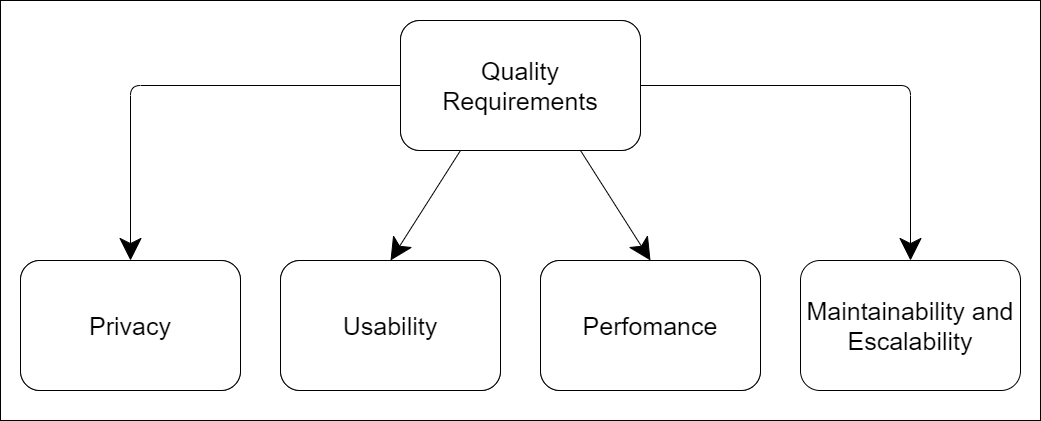
Before: docs/images/10_quality_tree.drawio.png, a diagram exported from draw.io (Arquisoft/wiq_es05b). Source tidied: cells renumbered, new cells last; positions are measured from the earlier drawing's top-left corner, leaving out a move shared by most shapes. Its diagram source:
```xml
<mxGraphModel>
  <root>
    <mxCell id="0" />
    <mxCell id="1" parent="0" />
    <mxCell id="2" style="rounded=0;whiteSpace=wrap;html=1;" parent="1" vertex="1">
      <mxGeometry width="1040" height="420" as="geometry" />
    </mxCell>
    <mxCell id="3" style="edgeStyle=none;hachureGap=4;html=1;exitX=0;exitY=0.5;exitDx=0;exitDy=0;entryX=0.5;entryY=0;entryDx=0;entryDy=0;fontFamily=Architects Daughter;fontSource=https%3A%2F%2Ffonts.googleapis.com%2Fcss%3Ffamily%3DArchitects%2BDaughter;fontSize=16;rounded=1;strokeWidth=1;endArrow=classic;endFill=1;endSize=20;" parent="1" edge="1" source="7" target="8">
      <mxGeometry relative="1" as="geometry">
        <Array as="points">
          <mxPoint x="130" y="85" />
        </Array>
      </mxGeometry>
    </mxCell>
    <mxCell id="4" style="edgeStyle=none;rounded=1;hachureGap=4;html=1;exitX=0.25;exitY=1;exitDx=0;exitDy=0;entryX=0.5;entryY=0;entryDx=0;entryDy=0;strokeWidth=1;fontFamily=Architects Daughter;fontSource=https%3A%2F%2Ffonts.googleapis.com%2Fcss%3Ffamily%3DArchitects%2BDaughter;fontSize=16;endArrow=classic;endFill=1;endSize=20;" parent="1" edge="1" source="7" target="9">
      <mxGeometry relative="1" as="geometry" />
    </mxCell>
    <mxCell id="5" style="edgeStyle=none;rounded=1;hachureGap=4;html=1;exitX=0.75;exitY=1;exitDx=0;exitDy=0;entryX=0.5;entryY=0;entryDx=0;entryDy=0;strokeWidth=1;fontFamily=Architects Daughter;fontSource=https%3A%2F%2Ffonts.googleapis.com%2Fcss%3Ffamily%3DArchitects%2BDaughter;fontSize=16;endArrow=classic;endFill=1;endSize=20;" parent="1" edge="1" source="7" target="10">
      <mxGeometry relative="1" as="geometry" />
    </mxCell>
    <mxCell id="6" style="edgeStyle=none;rounded=1;hachureGap=4;html=1;exitX=1;exitY=0.5;exitDx=0;exitDy=0;entryX=0.5;entryY=0;entryDx=0;entryDy=0;strokeWidth=1;fontFamily=Architects Daughter;fontSource=https%3A%2F%2Ffonts.googleapis.com%2Fcss%3Ffamily%3DArchitects%2BDaughter;fontSize=16;endArrow=classic;endFill=1;endSize=20;" parent="1" edge="1" source="7" target="11">
      <mxGeometry relative="1" as="geometry">
        <Array as="points">
          <mxPoint x="910" y="85" />
        </Array>
      </mxGeometry>
    </mxCell>
    <mxCell id="7" value="Quality Requirements" style="rounded=1;whiteSpace=wrap;html=1;fontSize=25;" parent="1" vertex="1">
      <mxGeometry x="400" y="20" width="240" height="130" as="geometry" />
    </mxCell>
    <mxCell id="8" value="Privacy" style="rounded=1;whiteSpace=wrap;html=1;fontSize=25;" parent="1" vertex="1">
      <mxGeometry x="20" y="260" width="220" height="130" as="geometry" />
    </mxCell>
    <mxCell id="9" value="Usability" style="rounded=1;whiteSpace=wrap;html=1;fontSize=25;" parent="1" vertex="1">
      <mxGeometry x="280" y="260" width="220" height="130" as="geometry" />
    </mxCell>
    <mxCell id="10" value="Perfomance" style="rounded=1;whiteSpace=wrap;html=1;fontSize=25;" parent="1" vertex="1">
      <mxGeometry x="540" y="260" width="220" height="130" as="geometry" />
    </mxCell>
    <mxCell id="11" value="Maintainability and Escalability" style="rounded=1;whiteSpace=wrap;html=1;fontSize=25;" parent="1" vertex="1">
      <mxGeometry x="800" y="260" width="220" height="130" as="geometry" />
    </mxCell>
    <mxCell id="12" value="Quality Requirements" style="rounded=1;whiteSpace=wrap;html=1;fontSize=25;" parent="1" vertex="1">
      <mxGeometry x="400" y="20" width="240" height="130" as="geometry" />
    </mxCell>
    <mxCell id="13" value="Privacy" style="rounded=1;whiteSpace=wrap;html=1;fontSize=25;" parent="1" vertex="1">
      <mxGeometry x="20" y="260" width="220" height="130" as="geometry" />
    </mxCell>
    <mxCell id="14" value="Usability" style="rounded=1;whiteSpace=wrap;html=1;fontSize=25;" parent="1" vertex="1">
      <mxGeometry x="280" y="260" width="220" height="130" as="geometry" />
    </mxCell>
    <mxCell id="15" value="Perfomance" style="rounded=1;whiteSpace=wrap;html=1;fontSize=25;" parent="1" vertex="1">
      <mxGeometry x="540" y="260" width="220" height="130" as="geometry" />
    </mxCell>
  </root>
</mxGraphModel>
```
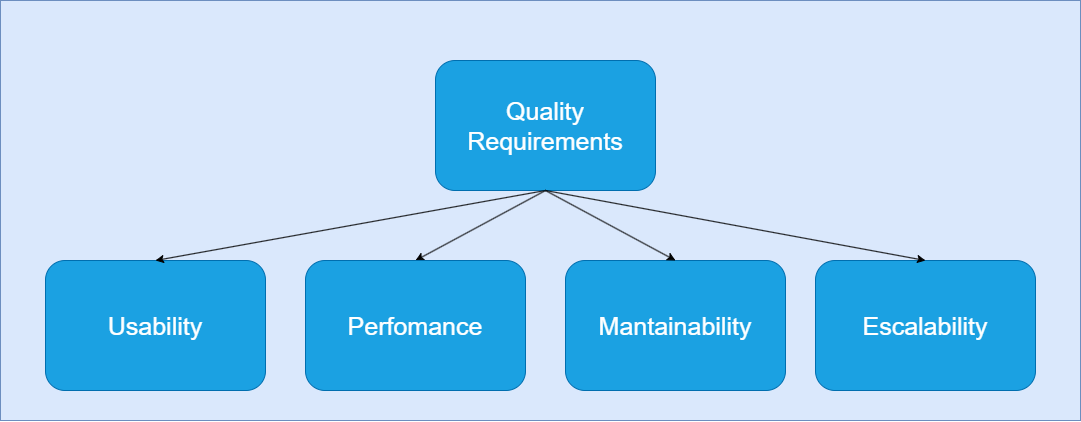
Above is the later version.

What changed in the source:
```diff
@@ -2,55 +2,35 @@
   <root>
     <mxCell id="0" />
     <mxCell id="1" parent="0" />
-    <mxCell id="2" style="rounded=0;whiteSpace=wrap;html=1;" parent="1" vertex="1">
-      <mxGeometry width="1040" height="420" as="geometry" />
+    <mxCell id="2" style="rounded=0;whiteSpace=wrap;html=1;fillColor=#dae8fc;strokeColor=#6c8ebf;" parent="1" vertex="1">
+      <mxGeometry x="235" width="1080" height="420" as="geometry" />
     </mxCell>
-    <mxCell id="3" style="edgeStyle=none;hachureGap=4;html=1;exitX=0;exitY=0.5;exitDx=0;exitDy=0;entryX=0.5;entryY=0;entryDx=0;entryDy=0;fontFamily=Architects Daughter;fontSource=https%3A%2F%2Ffonts.googleapis.com%2Fcss%3Ffamily%3DArchitects%2BDaughter;fontSize=16;rounded=1;strokeWidth=1;endArrow=classic;endFill=1;endSize=20;" parent="1" edge="1" source="7" target="8">
-      <mxGeometry relative="1" as="geometry">
-        <Array as="points">
-          <mxPoint x="130" y="85" />
-        </Array>
-      </mxGeometry>
-    </mxCell>
-    <mxCell id="4" style="edgeStyle=none;rounded=1;hachureGap=4;html=1;exitX=0.25;exitY=1;exitDx=0;exitDy=0;entryX=0.5;entryY=0;entryDx=0;entryDy=0;strokeWidth=1;fontFamily=Architects Daughter;fontSource=https%3A%2F%2Ffonts.googleapis.com%2Fcss%3Ffamily%3DArchitects%2BDaughter;fontSize=16;endArrow=classic;endFill=1;endSize=20;" parent="1" edge="1" source="7" target="9">
-      <mxGeometry relative="1" as="geometry" />
-    </mxCell>
-    <mxCell id="5" style="edgeStyle=none;rounded=1;hachureGap=4;html=1;exitX=0.75;exitY=1;exitDx=0;exitDy=0;entryX=0.5;entryY=0;entryDx=0;entryDy=0;strokeWidth=1;fontFamily=Architects Daughter;fontSource=https%3A%2F%2Ffonts.googleapis.com%2Fcss%3Ffamily%3DArchitects%2BDaughter;fontSize=16;endArrow=classic;endFill=1;endSize=20;" parent="1" edge="1" source="7" target="10">
+    <mxCell id="5" style="edgeStyle=none;html=1;exitX=0.5;exitY=1;exitDx=0;exitDy=0;entryX=0.5;entryY=0;entryDx=0;entryDy=0;" parent="1" edge="1" source="7" target="10">
       <mxGeometry relative="1" as="geometry" />
     </mxCell>
-    <mxCell id="6" style="edgeStyle=none;rounded=1;hachureGap=4;html=1;exitX=1;exitY=0.5;exitDx=0;exitDy=0;entryX=0.5;entryY=0;entryDx=0;entryDy=0;strokeWidth=1;fontFamily=Architects Daughter;fontSource=https%3A%2F%2Ffonts.googleapis.com%2Fcss%3Ffamily%3DArchitects%2BDaughter;fontSize=16;endArrow=classic;endFill=1;endSize=20;" parent="1" edge="1" source="7" target="11">
-      <mxGeometry relative="1" as="geometry">
-        <Array as="points">
-          <mxPoint x="910" y="85" />
-        </Array>
-      </mxGeometry>
-    </mxCell>
-    <mxCell id="7" value="Quality Requirements" style="rounded=1;whiteSpace=wrap;html=1;fontSize=25;" parent="1" vertex="1">
-      <mxGeometry x="400" y="20" width="240" height="130" as="geometry" />
+    <mxCell id="7" value="Quality Requirements" style="rounded=1;whiteSpace=wrap;html=1;fontSize=25;fillColor=#1ba1e2;fontColor=#ffffff;strokeColor=#006EAF;" parent="1" vertex="1">
+      <mxGeometry x="670" y="60" width="220" height="130" as="geometry" />
     </mxCell>
-    <mxCell id="8" value="Privacy" style="rounded=1;whiteSpace=wrap;html=1;fontSize=25;" parent="1" vertex="1">
-      <mxGeometry x="20" y="260" width="220" height="130" as="geometry" />
-    </mxCell>
-    <mxCell id="9" value="Usability" style="rounded=1;whiteSpace=wrap;html=1;fontSize=25;" parent="1" vertex="1">
+    <mxCell id="9" value="Usability" style="rounded=1;whiteSpace=wrap;html=1;fontSize=25;fillColor=#1ba1e2;fontColor=#ffffff;strokeColor=#006EAF;" parent="1" vertex="1">
       <mxGeometry x="280" y="260" width="220" height="130" as="geometry" />
     </mxCell>
-    <mxCell id="10" value="Perfomance" style="rounded=1;whiteSpace=wrap;html=1;fontSize=25;" parent="1" vertex="1">
+    <mxCell id="10" value="Perfomance" style="rounded=1;whiteSpace=wrap;html=1;fontSize=25;fillColor=#1ba1e2;fontColor=#ffffff;strokeColor=#006EAF;" parent="1" vertex="1">
       <mxGeometry x="540" y="260" width="220" height="130" as="geometry" />
     </mxCell>
-    <mxCell id="11" value="Maintainability and Escalability" style="rounded=1;whiteSpace=wrap;html=1;fontSize=25;" parent="1" vertex="1">
+    <mxCell id="11" value="Mantainability" style="rounded=1;whiteSpace=wrap;html=1;fontSize=25;fillColor=#1ba1e2;fontColor=#ffffff;strokeColor=#006EAF;" parent="1" vertex="1">
       <mxGeometry x="800" y="260" width="220" height="130" as="geometry" />
     </mxCell>
-    <mxCell id="12" value="Quality Requirements" style="rounded=1;whiteSpace=wrap;html=1;fontSize=25;" parent="1" vertex="1">
-      <mxGeometry x="400" y="20" width="240" height="130" as="geometry" />
-    </mxCell>
-    <mxCell id="13" value="Privacy" style="rounded=1;whiteSpace=wrap;html=1;fontSize=25;" parent="1" vertex="1">
-      <mxGeometry x="20" y="260" width="220" height="130" as="geometry" />
-    </mxCell>
-    <mxCell id="14" value="Usability" style="rounded=1;whiteSpace=wrap;html=1;fontSize=25;" parent="1" vertex="1">
-      <mxGeometry x="280" y="260" width="220" height="130" as="geometry" />
-    </mxCell>
-    <mxCell id="15" value="Perfomance" style="rounded=1;whiteSpace=wrap;html=1;fontSize=25;" parent="1" vertex="1">
-      <mxGeometry x="540" y="260" width="220" height="130" as="geometry" />
-    </mxCell>
+    <mxCell id="16" value="Escalability" style="rounded=1;whiteSpace=wrap;html=1;fontSize=25;fillColor=#1ba1e2;fontColor=#ffffff;strokeColor=#006EAF;" parent="1" vertex="1">
+      <mxGeometry x="1050" y="260" width="220" height="130" as="geometry" />
+    </mxCell>
+    <mxCell id="6" style="edgeStyle=none;html=1;exitX=0.5;exitY=1;exitDx=0;exitDy=0;entryX=0.5;entryY=0;entryDx=0;entryDy=0;" parent="1" edge="1" source="7" target="11">
+      <mxGeometry relative="1" as="geometry" />
+    </mxCell>
+    <mxCell id="17" style="edgeStyle=none;html=1;exitX=0.5;exitY=1;exitDx=0;exitDy=0;entryX=0.5;entryY=0;entryDx=0;entryDy=0;" parent="1" edge="1" source="7" target="16">
+      <mxGeometry relative="1" as="geometry" />
+    </mxCell>
+    <mxCell id="4" style="edgeStyle=none;html=1;exitX=0.5;exitY=1;exitDx=0;exitDy=0;entryX=0.5;entryY=0;entryDx=0;entryDy=0;" parent="1" edge="1" source="7" target="9">
+      <mxGeometry relative="1" as="geometry" />
+    </mxCell>
   </root>
 </mxGraphModel>
```
